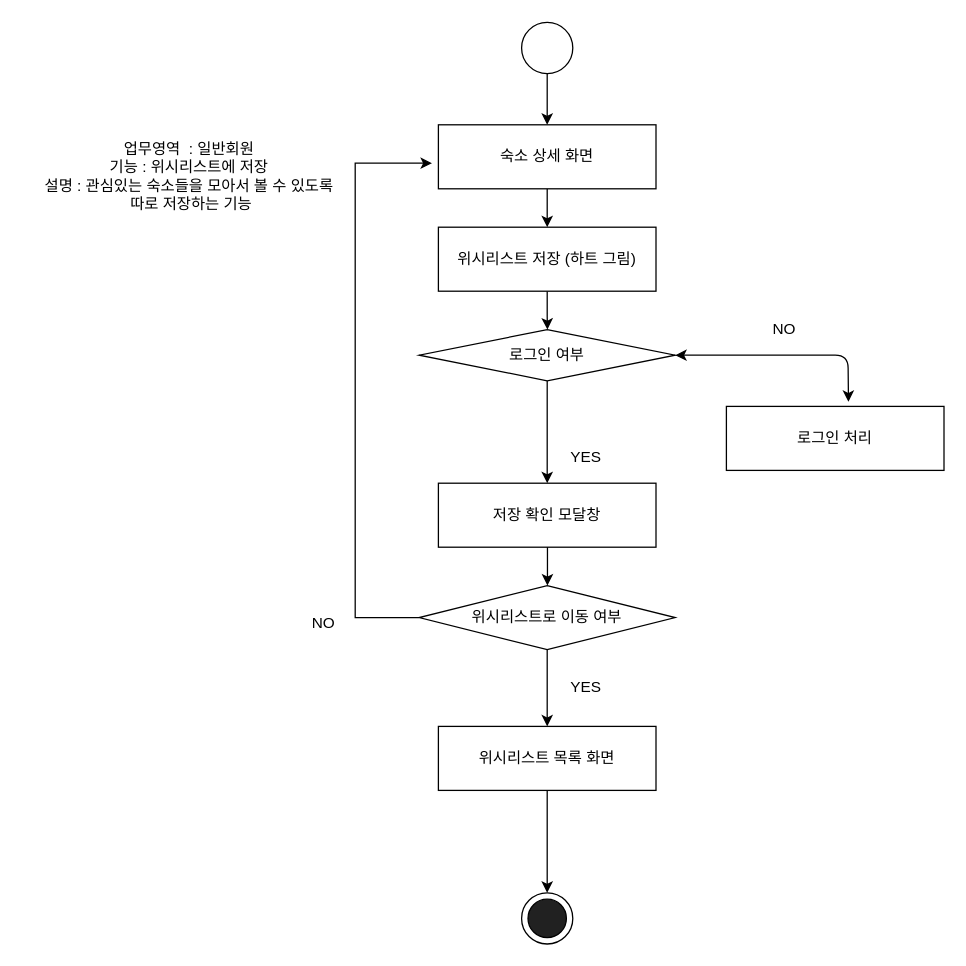
Earlier version of the draw.io diagram 네비게이션 흐름도/위시리스트등록.drawio (snowskyblue/-). Source tidied: cells renumbered, new cells numbered last; positions are measured from the earlier drawing's top-left corner, leaving out a move shared by most shapes. Both pictures are drawn from the tidied source at 128%, with x=0, y=0 at pixel (22, 22).
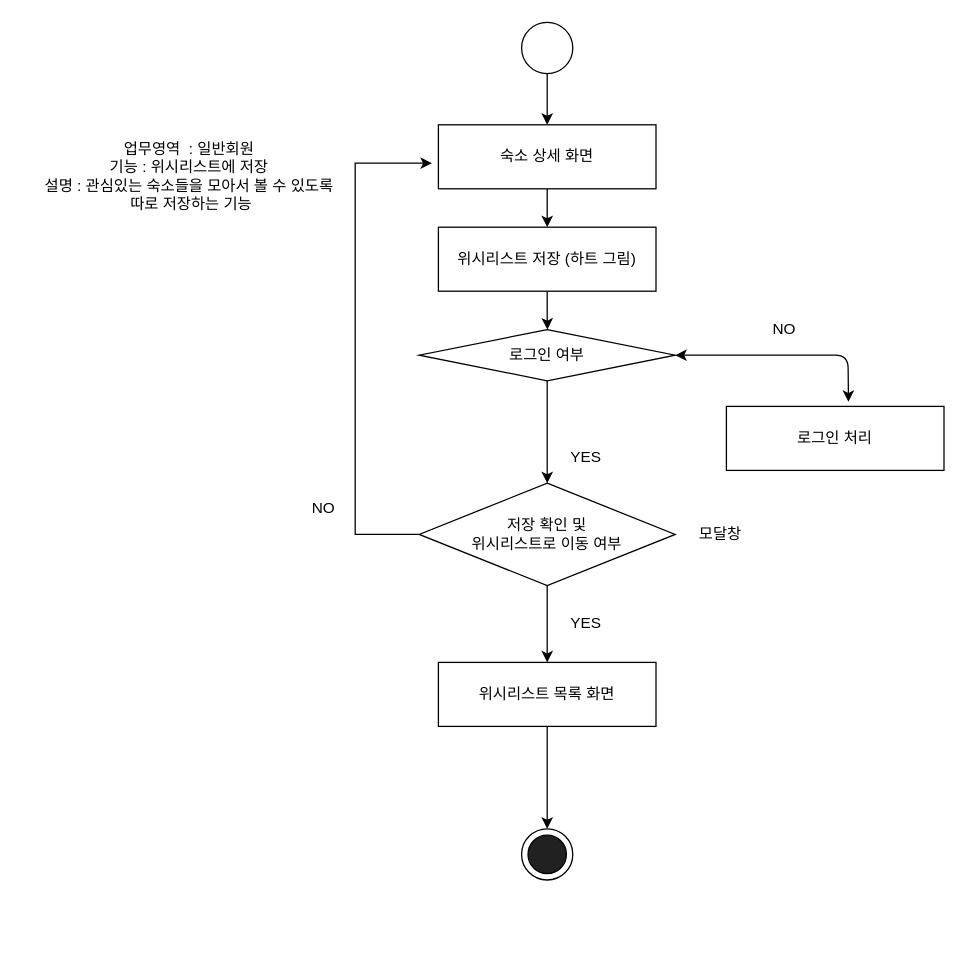
After the change.

Change to the diagram source:
```diff
@@
-    <mxCell id="10" value="저장 확인 모달창" style="rounded=0;whiteSpace=wrap;html=1;" parent="1" vertex="1">
-      <mxGeometry x="325" y="360" width="170" height="50" as="geometry" />
-    </mxCell>
@@
     <mxCell id="16" style="group;" parent="1" vertex="1">
-      <mxGeometry x="390" y="680" width="40" height="40" as="geometry" />
+      <mxGeometry x="390" y="630" width="40" height="40" as="geometry" />
     </mxCell>
@@
-    <mxCell id="19" style="edgeStyle=orthogonalEdgeStyle;rounded=0;orthogonalLoop=1;jettySize=auto;html=1;" parent="1" edge="1">
-      <mxGeometry relative="1" as="geometry">
-        <mxPoint x="410.2" y="410" as="sourcePoint" />
-        <mxPoint x="410.2" y="440" as="targetPoint" />
-      </mxGeometry>
-    </mxCell>
     <mxCell id="20" style="edgeStyle=orthogonalEdgeStyle;rounded=0;jettySize=auto;html=1;" parent="1" edge="1" source="22">
       <mxGeometry relative="1" as="geometry">
-        <mxPoint x="410" y="550" as="targetPoint" />
+        <mxPoint x="410" y="500" as="targetPoint" />
       </mxGeometry>
     </mxCell>
-    <mxCell id="21" style="edgeStyle=orthogonalEdgeStyle;rounded=0;jettySize=auto;html=1;" parent="1" edge="1" source="22">
+    <mxCell id="21" style="edgeStyle=orthogonalEdgeStyle;rounded=0;jettySize=auto;html=1;exitX=0;exitY=0.5;exitDx=0;exitDy=0;" parent="1" edge="1" source="22">
       <mxGeometry relative="1" as="geometry">
         <mxPoint x="320" y="110" as="targetPoint" />
         <Array as="points">
-          <mxPoint x="260" y="465" />
+          <mxPoint x="260" y="400" />
           <mxPoint x="260" y="110" />
         </Array>
       </mxGeometry>
     </mxCell>
-    <mxCell id="22" value="위시리스트로 이동 여부" style="rhombus;whiteSpace=wrap;html=1;" parent="1" vertex="1">
-      <mxGeometry x="310" y="440" width="200" height="50" as="geometry" />
+    <mxCell id="22" value="저장 확인 및&lt;br&gt;위시리스트로 이동 여부" style="rhombus;whiteSpace=wrap;html=1;" parent="1" vertex="1">
+      <mxGeometry x="310" y="360" width="200" height="80" as="geometry" />
     </mxCell>
     <mxCell id="23" value="YES" style="text;html=1;align=center;verticalAlign=middle;" parent="1" vertex="1">
-      <mxGeometry x="420" y="510" width="40" height="20" as="geometry" />
+      <mxGeometry x="420" y="460" width="40" height="20" as="geometry" />
     </mxCell>
     <mxCell id="24" style="edgeStyle=orthogonalEdgeStyle;rounded=0;jettySize=auto;html=1;" parent="1" edge="1" source="25">
       <mxGeometry relative="1" as="geometry">
-        <mxPoint x="410" y="680" as="targetPoint" />
+        <mxPoint x="410" y="630" as="targetPoint" />
       </mxGeometry>
     </mxCell>
     <mxCell id="25" value="위시리스트 목록 화면" style="rounded=0;whiteSpace=wrap;html=1;" parent="1" vertex="1">
-      <mxGeometry x="325" y="550" width="170" height="50" as="geometry" />
+      <mxGeometry x="325" y="500" width="170" height="50" as="geometry" />
     </mxCell>
     <mxCell id="26" value="NO" style="text;html=1;align=center;verticalAlign=middle;" parent="1" vertex="1">
-      <mxGeometry x="220" y="460" width="30" height="20" as="geometry" />
+      <mxGeometry x="220" y="370" width="30" height="20" as="geometry" />
     </mxCell>
+    <mxCell id="27" value="모달창" style="text;html=1;align=center;verticalAlign=middle;" parent="1" vertex="1">
+      <mxGeometry x="520" y="390" width="50" height="20" as="geometry" />
+    </mxCell>
```
